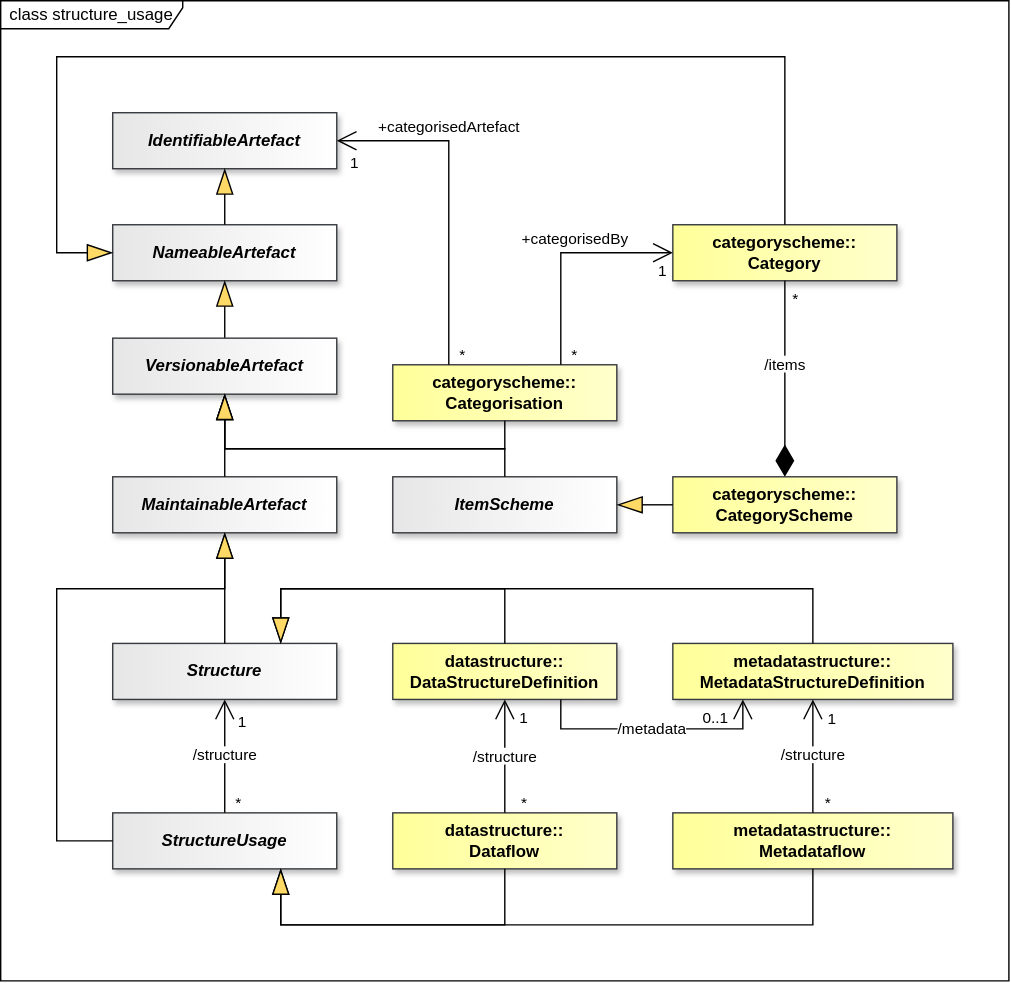
Earlier version of the draw.io export docs/logical_interfaces/media/sdmx_base-structure_usage.svg (sdmx-twg/sdmx-im). Source tidied: cells renumbered, new cells last; positions are measured from the earlier drawing's top-left corner, leaving out a move shared by most shapes.
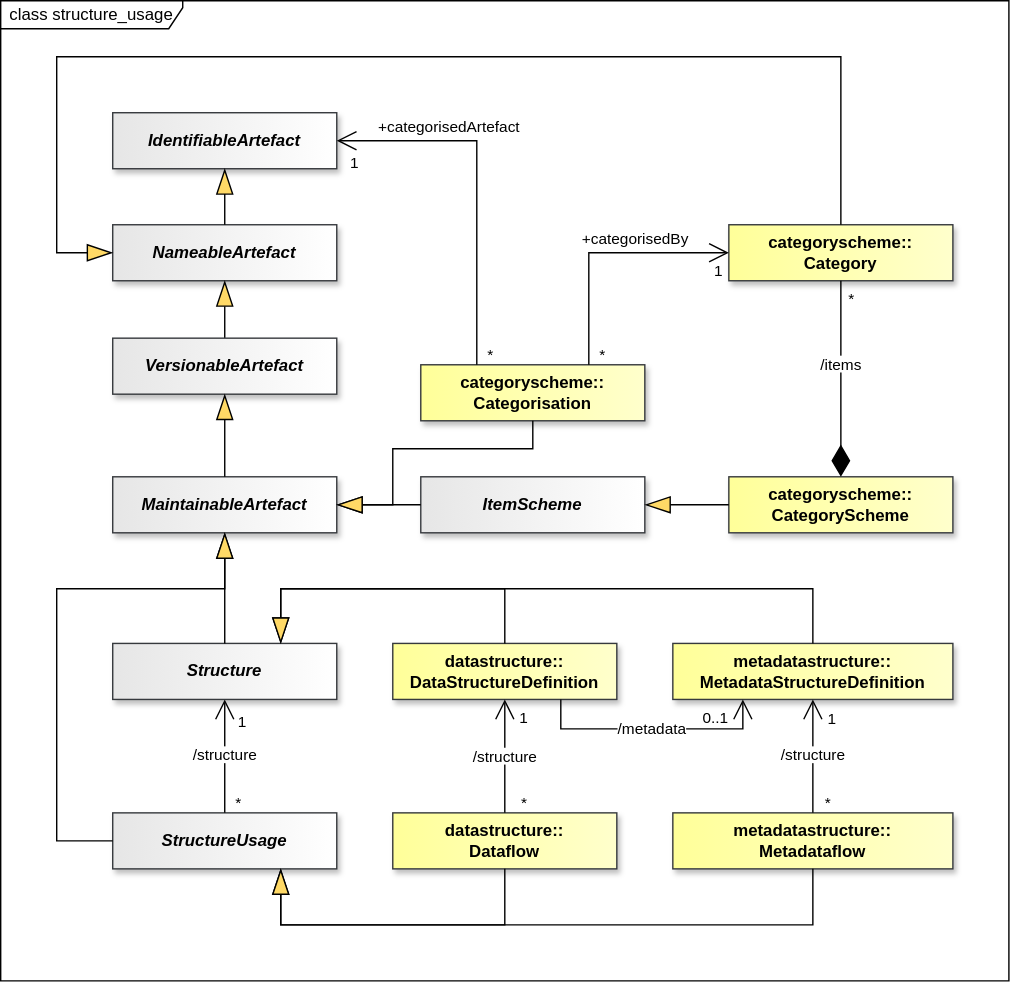
After the change.

Change to the diagram source:
```diff
@@ -235,42 +235,42 @@
       <mxGeometry relative="1" as="geometry" />
     </mxCell>
     <mxCell id="64" value="&lt;span&gt;&lt;span&gt;categoryscheme::&lt;/span&gt;&lt;/span&gt;&lt;div&gt;&lt;span&gt;&lt;span&gt;CategoryScheme&lt;/span&gt;&lt;/span&gt;&lt;/div&gt;" style="whiteSpace=wrap;html=1;verticalAlign=middle;gradientDirection=east;imageVerticalAlign=top;fontStyle=1;fillColor=light-dark(#FFFF99,#FFFF99);strokeColor=#36393d;fontColor=light-dark(#000000,#000000);gradientColor=light-dark(#FFFFCC,#FFFFCC);shadow=1;" parent="1" vertex="1">
-      <mxGeometry x="480" y="340" width="160" height="40" as="geometry" />
+      <mxGeometry x="520" y="340" width="160" height="40" as="geometry" />
     </mxCell>
     <mxCell id="65" value="categoryscheme::&lt;div&gt;&lt;span&gt;&lt;span&gt;Categorisation&lt;/span&gt;&lt;/span&gt;&lt;/div&gt;" style="whiteSpace=wrap;html=1;verticalAlign=middle;gradientDirection=east;imageVerticalAlign=top;fontStyle=1;fillColor=light-dark(#FFFF99,#FFFF99);strokeColor=#36393d;fontColor=light-dark(#000000,#000000);gradientColor=light-dark(#FFFFCC,#FFFFCC);shadow=1;" parent="1" vertex="1">
-      <mxGeometry x="280" y="260" width="160" height="40" as="geometry" />
+      <mxGeometry x="300" y="260" width="160" height="40" as="geometry" />
     </mxCell>
     <mxCell id="66" value="ItemScheme" style="whiteSpace=wrap;html=1;verticalAlign=middle;gradientDirection=east;imageVerticalAlign=top;fontStyle=3;fillColor=light-dark(#E6E6E6,#E6E6E6);strokeColor=#36393d;fontColor=light-dark(#000000,#000000);gradientColor=light-dark(#FFFFFF,#FFFFFF);shadow=1;" parent="1" vertex="1">
-      <mxGeometry x="280" y="340" width="160" height="40" as="geometry" />
+      <mxGeometry x="300" y="340" width="160" height="40" as="geometry" />
     </mxCell>
     <mxCell id="67" value="categoryscheme::&lt;div&gt;&lt;span&gt;&lt;span&gt;Category&lt;/span&gt;&lt;/span&gt;&lt;/div&gt;" style="whiteSpace=wrap;html=1;verticalAlign=middle;gradientDirection=east;imageVerticalAlign=top;fontStyle=1;fillColor=light-dark(#FFFF99,#FFFF99);strokeColor=#36393d;fontColor=light-dark(#000000,#000000);gradientColor=light-dark(#FFFFCC,#FFFFCC);shadow=1;" parent="1" vertex="1">
-      <mxGeometry x="480" y="160" width="160" height="40" as="geometry" />
+      <mxGeometry x="520" y="160" width="160" height="40" as="geometry" />
     </mxCell>
     <mxCell id="68" style="endArrow=blockThin;endSize=16;endFill=1;html=1;rounded=0;entryX=0;entryY=0.5;entryDx=0;entryDy=0;exitX=0.5;exitY=0;exitDx=0;exitDy=0;startFill=0;endFillColor=light-dark(#FFD966,#FFD966);strokeColor=light-dark(#000000,#FFFFFF);startFillColor=light-dark(#000000,#FFFFFF);labelBackgroundColor=none;labelBorderColor=light-dark(#000000,#FFFFFF);" parent="1" edge="1" source="67" target="58">
-      <mxGeometry x="-0.11" relative="1" as="geometry">
+      <mxGeometry x="-0.06" relative="1" as="geometry">
         <Array as="points">
-          <mxPoint x="560" y="40" />
+          <mxPoint x="600" y="40" />
           <mxPoint x="40" y="40" />
           <mxPoint x="40" y="180" />
         </Array>
       </mxGeometry>
     </mxCell>
-    <mxCell id="69" style="endArrow=blockThin;endSize=16;endFill=1;html=1;rounded=0;entryX=0.5;entryY=1;entryDx=0;entryDy=0;exitX=0.5;exitY=0;exitDx=0;exitDy=0;startFill=0;endFillColor=light-dark(#FFD966,#FFD966);strokeColor=light-dark(#000000,#FFFFFF);startFillColor=light-dark(#000000,#FFFFFF);labelBackgroundColor=none;labelBorderColor=light-dark(#000000,#FFFFFF);" parent="1" edge="1" source="66" target="60">
-      <mxGeometry relative="1" as="geometry">
+    <mxCell id="69" style="endArrow=blockThin;endSize=16;endFill=1;html=1;rounded=0;entryX=1;entryY=0.5;entryDx=0;entryDy=0;exitX=0;exitY=0.5;exitDx=0;exitDy=0;startFill=0;endFillColor=light-dark(#FFD966,#FFD966);strokeColor=light-dark(#000000,#FFFFFF);startFillColor=light-dark(#000000,#FFFFFF);labelBackgroundColor=none;labelBorderColor=light-dark(#000000,#FFFFFF);" parent="1" edge="1" source="66" target="43">
+      <mxGeometry x="0.12" relative="1" as="geometry">
         <Array as="points">
-          <mxPoint x="360" y="320" />
-          <mxPoint x="160" y="320" />
+          <mxPoint x="280" y="360" />
         </Array>
       </mxGeometry>
     </mxCell>
     <mxCell id="70" style="endArrow=blockThin;endSize=16;endFill=1;html=1;rounded=0;entryX=1;entryY=0.5;entryDx=0;entryDy=0;exitX=0;exitY=0.5;exitDx=0;exitDy=0;startFill=0;endFillColor=light-dark(#FFD966,#FFD966);strokeColor=light-dark(#000000,#FFFFFF);startFillColor=light-dark(#000000,#FFFFFF);labelBackgroundColor=none;labelBorderColor=light-dark(#000000,#FFFFFF);" parent="1" edge="1" source="64" target="66">
       <mxGeometry relative="1" as="geometry" />
     </mxCell>
-    <mxCell id="71" style="endArrow=blockThin;endSize=16;endFill=1;html=1;rounded=0;entryX=0.5;entryY=1;entryDx=0;entryDy=0;exitX=0.5;exitY=1;exitDx=0;exitDy=0;startFill=0;endFillColor=light-dark(#FFD966,#FFD966);strokeColor=light-dark(#000000,#FFFFFF);startFillColor=light-dark(#000000,#FFFFFF);labelBackgroundColor=none;labelBorderColor=light-dark(#000000,#FFFFFF);" parent="1" edge="1" source="65" target="60">
-      <mxGeometry relative="1" as="geometry">
+    <mxCell id="71" style="endArrow=blockThin;endSize=16;endFill=1;html=1;rounded=0;entryX=1;entryY=0.5;entryDx=0;entryDy=0;exitX=0.5;exitY=1;exitDx=0;exitDy=0;startFill=0;endFillColor=light-dark(#FFD966,#FFD966);strokeColor=light-dark(#000000,#FFFFFF);startFillColor=light-dark(#000000,#FFFFFF);labelBackgroundColor=none;labelBorderColor=light-dark(#000000,#FFFFFF);" parent="1" edge="1" source="65" target="43">
+      <mxGeometry x="-0.23" relative="1" as="geometry">
         <Array as="points">
-          <mxPoint x="360" y="320" />
-          <mxPoint x="160" y="320" />
+          <mxPoint x="380" y="320" />
+          <mxPoint x="280" y="320" />
+          <mxPoint x="280" y="360" />
         </Array>
       </mxGeometry>
     </mxCell>
@@ -283,7 +283,7 @@
       </mxGeometry>
     </mxCell>
     <mxCell id="74" value="&lt;span style=&quot;background-color: light-dark(#ffffff, var(--ge-dark-color, #121212));&quot;&gt;+categorisedArtefact&lt;/span&gt;" style="endArrow=open;html=1;endSize=12;startArrow=none;startSize=20;startFill=0;edgeStyle=orthogonalEdgeStyle;rounded=0;endFill=0;strokeColor=light-dark(#000000,#FFFFFF);fontColor=light-dark(#000000,#FFFFFF);labelBackgroundColor=none;exitX=0.25;exitY=0;exitDx=0;exitDy=0;entryX=1;entryY=0.5;entryDx=0;entryDy=0;" parent="1" edge="1" source="65" target="61">
-      <mxGeometry x="0.33" y="-10" relative="1" as="geometry" />
+      <mxGeometry x="0.38" y="-10" relative="1" as="geometry" />
     </mxCell>
     <mxCell id="75" value="*" style="edgeLabel;html=1;align=left;verticalAlign=top;labelBackgroundColor=none;fontColor=light-dark(#000000,#FFFFFF);" parent="74" vertex="1">
       <mxGeometry x="-1" relative="1" as="geometry">
@@ -296,7 +296,7 @@
       </mxGeometry>
     </mxCell>
     <mxCell id="77" value="&lt;span style=&quot;background-color: light-dark(#ffffff, var(--ge-dark-color, #121212));&quot;&gt;+categorisedBy&lt;/span&gt;" style="endArrow=open;html=1;endSize=12;startArrow=none;startSize=20;startFill=0;edgeStyle=orthogonalEdgeStyle;rounded=0;endFill=0;strokeColor=light-dark(#000000,#FFFFFF);fontColor=light-dark(#000000,#FFFFFF);labelBackgroundColor=none;exitX=0.75;exitY=0;exitDx=0;exitDy=0;entryX=0;entryY=0.5;entryDx=0;entryDy=0;" parent="1" edge="1" source="65" target="67">
-      <mxGeometry x="0.12" y="10" relative="1" as="geometry" />
+      <mxGeometry x="0.25" y="10" relative="1" as="geometry" />
     </mxCell>
     <mxCell id="78" value="*" style="edgeLabel;html=1;align=left;verticalAlign=top;labelBackgroundColor=none;fontColor=light-dark(#000000,#FFFFFF);" parent="77" vertex="1">
       <mxGeometry x="-1" relative="1" as="geometry">
```
